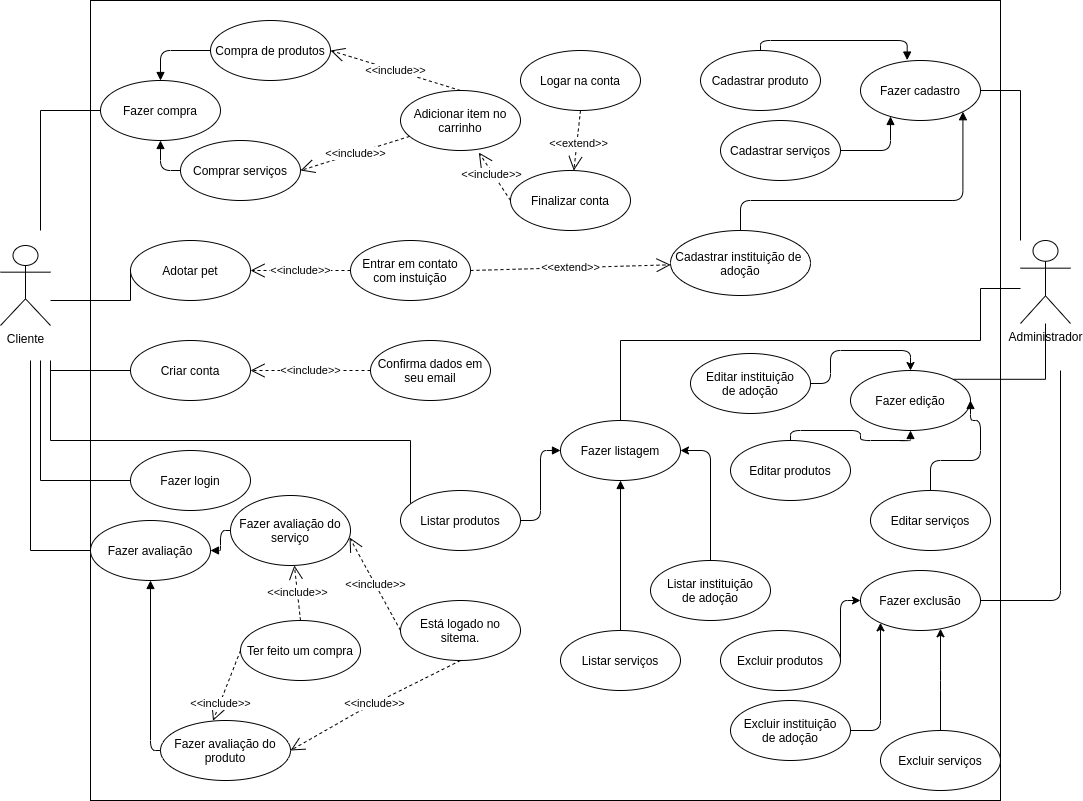
The draw.io diagram images/Use-case.png in Bruno-Felix/REQ-2020.2-PetSpace, before a commit. Source tidied: cells renumbered, new cells last; positions are measured from the earlier drawing's top-left corner, leaving out a move shared by most shapes.
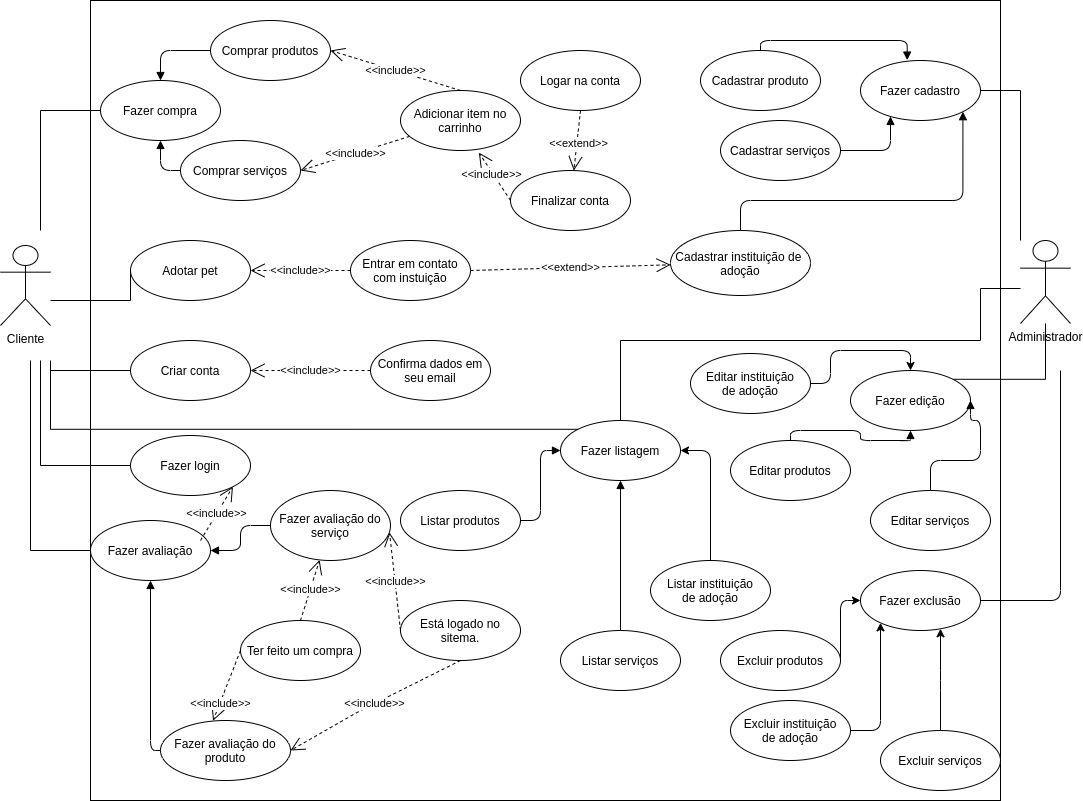
The same file after the commit.

Commit message:
Fazendo correções no fluxo de eventos

The edit, as a diff of the source:
```diff
@@ -11,7 +11,7 @@
     <mxCell id="4" style="rounded=0;whiteSpace=wrap;html=1;" parent="1" vertex="1">
       <mxGeometry x="90" width="910" height="800" as="geometry" />
     </mxCell>
-    <mxCell id="5" value="Compra de produtos" style="ellipse;whiteSpace=wrap;html=1;" parent="1" vertex="1">
+    <mxCell id="5" value="Comprar produtos" style="ellipse;whiteSpace=wrap;html=1;" parent="1" vertex="1">
       <mxGeometry x="210" y="20" width="120" height="60" as="geometry" />
     </mxCell>
     <mxCell id="6" value="Cadastrar instituição de&amp;nbsp;&lt;br&gt;adoção" style="ellipse;whiteSpace=wrap;html=1;" parent="1" vertex="1">
@@ -21,7 +21,7 @@
       <mxGeometry x="180" y="140" width="120" height="60" as="geometry" />
     </mxCell>
     <mxCell id="8" value="Fazer avaliação do serviço" style="ellipse;whiteSpace=wrap;html=1;" parent="1" vertex="1">
-      <mxGeometry x="230" y="495" width="120" height="70" as="geometry" />
+      <mxGeometry x="270" y="490" width="120" height="70" as="geometry" />
     </mxCell>
     <mxCell id="9" value="Fazer avaliação do produto" style="ellipse;whiteSpace=wrap;html=1;" parent="1" vertex="1">
       <mxGeometry x="160" y="720" width="130" height="60" as="geometry" />
@@ -134,7 +134,7 @@
       </mxGeometry>
     </mxCell>
     <mxCell id="39" value="Fazer login" style="ellipse;whiteSpace=wrap;html=1;" parent="1" vertex="1">
-      <mxGeometry x="130" y="450" width="120" height="60" as="geometry" />
+      <mxGeometry x="130" y="435" width="120" height="60" as="geometry" />
     </mxCell>
     <mxCell id="40" style="edgeStyle=orthogonalEdgeStyle;rounded=0;jettySize=auto;html=1;exitX=1;exitY=0;exitDx=0;exitDy=0;endArrow=none;endFill=0;strokeColor=#000000;" parent="1" edge="1" source="41" target="3">
       <mxGeometry relative="1" as="geometry" />
@@ -142,12 +142,11 @@
     <mxCell id="41" value="Fazer edição" style="ellipse;whiteSpace=wrap;html=1;" parent="1" vertex="1">
       <mxGeometry x="850" y="370" width="120" height="60" as="geometry" />
     </mxCell>
-    <mxCell id="42" style="edgeStyle=orthogonalEdgeStyle;rounded=0;jettySize=auto;html=1;endArrow=none;endFill=0;strokeColor=#000000;" parent="1" edge="1" source="43">
+    <mxCell id="42" style="edgeStyle=orthogonalEdgeStyle;rounded=0;jettySize=auto;html=1;endArrow=none;endFill=0;strokeColor=#000000;exitX=0;exitY=0;exitDx=0;exitDy=0;" parent="1" edge="1" source="35">
       <mxGeometry relative="1" as="geometry">
         <mxPoint x="50" y="360" as="targetPoint" />
         <Array as="points">
-          <mxPoint x="410" y="440" />
-          <mxPoint x="50" y="440" />
+          <mxPoint x="50" y="429" />
         </Array>
       </mxGeometry>
     </mxCell>
@@ -280,5 +279,8 @@
         </Array>
       </mxGeometry>
     </mxCell>
+    <mxCell id="74" value="&amp;lt;&amp;lt;include&amp;gt;&amp;gt;" style="endArrow=open;endSize=12;dashed=1;html=1;strokeColor=#000000;exitX=0.917;exitY=0.333;exitDx=0;exitDy=0;exitPerimeter=0;entryX=1;entryY=1;entryDx=0;entryDy=0;" parent="1" edge="1" source="11" target="39">
+      <mxGeometry relative="1" as="geometry" />
+    </mxCell>
   </root>
 </mxGraphModel>
```
